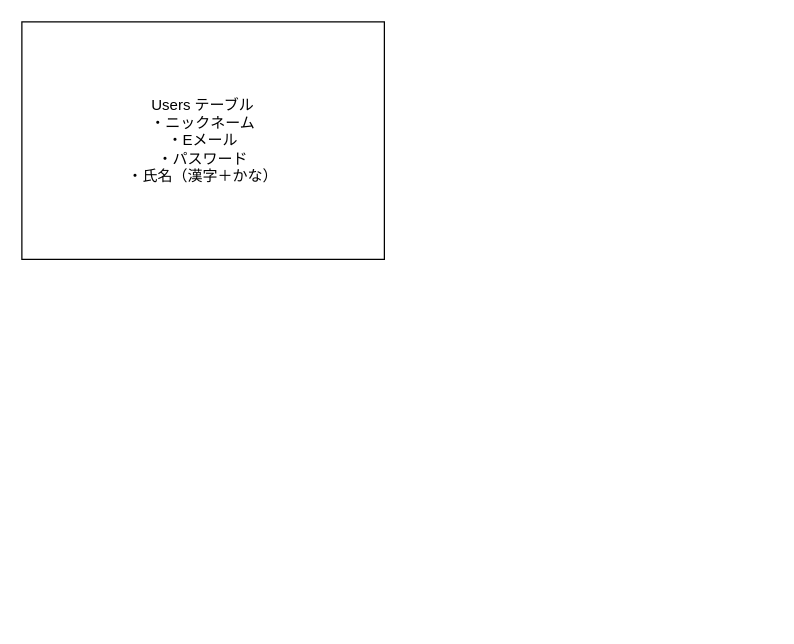
This is page "tables" (3 of 3) of er.dio from k-ske/doc-app, a draw.io file, before an edit. Source tidied: cells renumbered, new cells numbered last; positions are measured from the earlier drawing's top-left corner, leaving out a move shared by most shapes. Both pictures are drawn from the tidied source at 125%, with x=0, y=0 at pixel (21, 21).
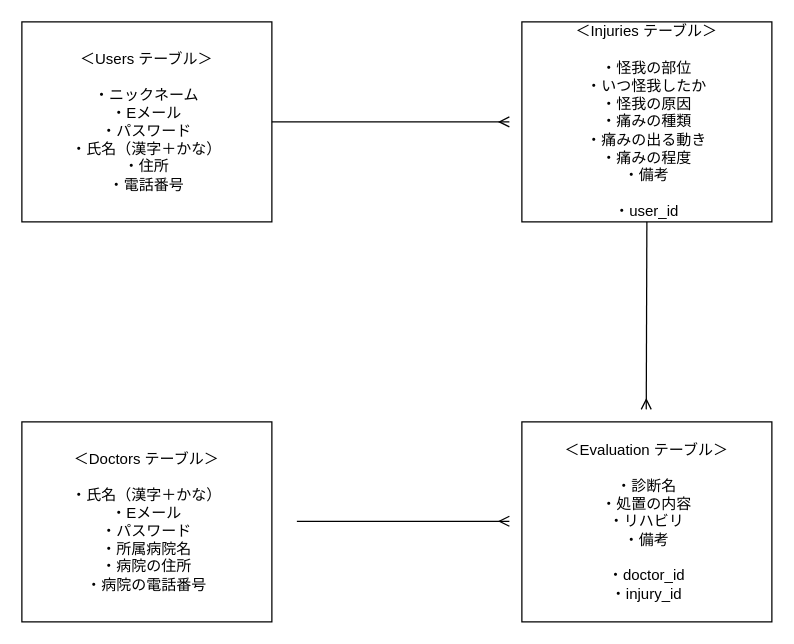
The same diagram, later.

What changed in the source:
```diff
@@
 <mxGraphModel>
   <root>
     <mxCell id="0" />
     <mxCell id="1" parent="0" />
-    <mxCell id="2" value="Users テーブル&lt;br&gt;・ニックネーム&lt;br&gt;・Eメール&lt;br&gt;・パスワード&lt;br&gt;・氏名（漢字＋かな）&lt;br&gt;" style="whiteSpace=wrap;html=1;" parent="1" vertex="1">
-      <mxGeometry width="290" height="190" as="geometry" />
+    <mxCell id="2" value="＜Users テーブル＞&lt;br&gt;&lt;br&gt;・ニックネーム&lt;br&gt;・Eメール&lt;br&gt;・パスワード&lt;br&gt;・氏名（漢字＋かな）&lt;br&gt;・住所&lt;br&gt;・電話番号" style="whiteSpace=wrap;html=1;" parent="1" vertex="1">
+      <mxGeometry width="200" height="160" as="geometry" />
     </mxCell>
+    <mxCell id="3" value="＜Injuries テーブル＞&lt;br&gt;&lt;br&gt;・怪我の部位&lt;br&gt;・いつ怪我したか&lt;br&gt;・怪我の原因&lt;br&gt;・痛みの種類&lt;br&gt;・痛みの出る動き&lt;br&gt;・痛みの程度&lt;br&gt;・備考&lt;br&gt;&lt;br&gt;・user_id" style="whiteSpace=wrap;html=1;" parent="1" vertex="1">
+      <mxGeometry x="400" width="200" height="160" as="geometry" />
+    </mxCell>
+    <mxCell id="4" value="＜Doctors テーブル＞&lt;br&gt;&lt;br&gt;・氏名（漢字＋かな）&lt;br&gt;・Eメール&lt;br&gt;・パスワード&lt;br&gt;・所属病院名&lt;br&gt;・病院の住所&lt;br&gt;・病院の電話番号" style="whiteSpace=wrap;html=1;" parent="1" vertex="1">
+      <mxGeometry y="320" width="200" height="160" as="geometry" />
+    </mxCell>
+    <mxCell id="5" value="＜Evaluation テーブル＞&lt;br&gt;&lt;br&gt;・診断名&lt;br&gt;・処置の内容&lt;br&gt;・リハビリ&lt;br&gt;・備考&lt;br&gt;&lt;br&gt;・doctor_id&lt;br&gt;・injury_id" style="whiteSpace=wrap;html=1;" parent="1" vertex="1">
+      <mxGeometry x="400" y="320" width="200" height="160" as="geometry" />
+    </mxCell>
+    <mxCell id="6" style="edgeStyle=orthogonalEdgeStyle;rounded=0;jettySize=auto;html=1;exitX=1;exitY=0.5;exitDx=0;exitDy=0;backgroundOutline=0;endArrow=ERmany;endFill=1;" parent="1" edge="1" source="2">
+      <mxGeometry relative="1" as="geometry">
+        <mxPoint x="390" y="80" as="targetPoint" />
+      </mxGeometry>
+    </mxCell>
+    <mxCell id="7" style="edgeStyle=orthogonalEdgeStyle;rounded=0;orthogonalLoop=1;jettySize=auto;html=1;exitX=1;exitY=0.5;exitDx=0;exitDy=0;backgroundOutline=0;endArrow=ERmany;endFill=1;" parent="1" edge="1">
+      <mxGeometry relative="1" as="geometry">
+        <mxPoint x="220" y="399.5" as="sourcePoint" />
+        <mxPoint x="390" y="399.5" as="targetPoint" />
+      </mxGeometry>
+    </mxCell>
+    <mxCell id="8" style="edgeStyle=orthogonalEdgeStyle;rounded=0;jettySize=auto;html=1;backgroundOutline=0;endArrow=ERmany;endFill=1;exitX=0.5;exitY=1;exitDx=0;exitDy=0;" parent="1" edge="1" source="3">
+      <mxGeometry relative="1" as="geometry">
+        <mxPoint x="499.5" y="310" as="targetPoint" />
+      </mxGeometry>
+    </mxCell>
   </root>
 </mxGraphModel>
```
